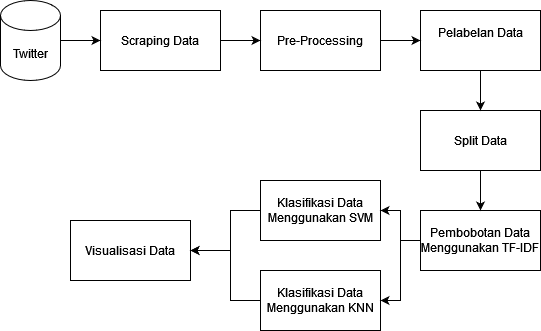
ANZ007/skripsi keeps this draw.io diagram as File/Flowchart-Skripsi-Flowchart-Klasifikasi.drawio.png. Above is the earlier version. Source tidied: cells renumbered, new cells last; positions are measured from the earlier drawing's top-left corner, leaving out a move shared by most shapes.
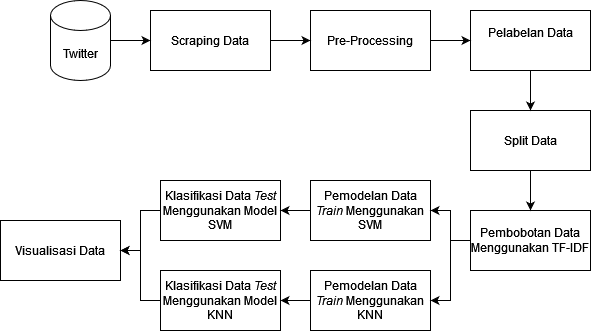
After the commit.

What changed in the source:
```diff
@@ -36,29 +36,18 @@
       <mxGeometry x="420" y="210" width="120" height="60" as="geometry" />
     </mxCell>
     <mxCell id="13" value="Visualisasi Data" style="whiteSpace=wrap;html=1;fillColor=none;rounded=0;glass=0;gradientColor=none;" parent="1" vertex="1">
-      <mxGeometry x="70" y="220" width="120" height="60" as="geometry" />
+      <mxGeometry x="-50" y="220" width="120" height="60" as="geometry" />
     </mxCell>
-    <mxCell id="14" style="edgeStyle=orthogonalEdgeStyle;rounded=0;jettySize=auto;html=1;exitX=0;exitY=0.5;exitDx=0;exitDy=0;entryX=1;entryY=0.5;entryDx=0;entryDy=0;" parent="1" edge="1" source="15" target="13">
-      <mxGeometry relative="1" as="geometry">
-        <Array as="points">
-          <mxPoint x="230" y="210" />
-          <mxPoint x="230" y="250" />
-        </Array>
-      </mxGeometry>
-    </mxCell>
+    <mxCell id="20" style="edgeStyle=orthogonalEdgeStyle;rounded=0;jettySize=auto;html=1;" parent="1" edge="1" source="15" target="23">
+      <mxGeometry relative="1" as="geometry" />
+    </mxCell>
-    <mxCell id="15" value="Klasifikasi Data Menggunakan SVM" style="whiteSpace=wrap;html=1;fillColor=none;rounded=0;glass=0;gradientColor=none;" parent="1" vertex="1">
+    <mxCell id="15" value="Pemodelan Data &lt;i&gt;Train&lt;/i&gt; Menggunakan SVM" style="whiteSpace=wrap;html=1;fillColor=none;rounded=0;glass=0;gradientColor=none;" parent="1" vertex="1">
       <mxGeometry x="260" y="180" width="120" height="60" as="geometry" />
     </mxCell>
-    <mxCell id="16" style="edgeStyle=orthogonalEdgeStyle;rounded=0;jettySize=auto;html=1;" parent="1" edge="1" source="17">
-      <mxGeometry relative="1" as="geometry">
-        <mxPoint x="190" y="250" as="targetPoint" />
-        <Array as="points">
-          <mxPoint x="230" y="300" />
-          <mxPoint x="230" y="250" />
-        </Array>
-      </mxGeometry>
-    </mxCell>
+    <mxCell id="21" style="edgeStyle=orthogonalEdgeStyle;rounded=0;jettySize=auto;html=1;" parent="1" edge="1" source="17" target="25">
+      <mxGeometry relative="1" as="geometry" />
+    </mxCell>
-    <mxCell id="17" value="Klasifikasi Data Menggunakan KNN" style="whiteSpace=wrap;html=1;fillColor=none;rounded=0;glass=0;gradientColor=none;" parent="1" vertex="1">
+    <mxCell id="17" value="Pemodelan Data &lt;i&gt;Train&lt;/i&gt; Menggunakan KNN" style="whiteSpace=wrap;html=1;fillColor=none;rounded=0;glass=0;gradientColor=none;" parent="1" vertex="1">
       <mxGeometry x="260" y="270" width="120" height="60" as="geometry" />
     </mxCell>
     <mxCell id="18" style="edgeStyle=orthogonalEdgeStyle;rounded=0;jettySize=auto;html=1;" parent="1" edge="1" source="19" target="12">
@@ -67,5 +56,17 @@
     <mxCell id="19" value="Split Data" style="whiteSpace=wrap;html=1;fillColor=none;rounded=0;glass=0;gradientColor=none;" parent="1" vertex="1">
       <mxGeometry x="420" y="110" width="120" height="60" as="geometry" />
     </mxCell>
+    <mxCell id="22" style="edgeStyle=orthogonalEdgeStyle;rounded=0;jettySize=auto;html=1;entryX=1;entryY=0.5;entryDx=0;entryDy=0;" parent="1" edge="1" source="23" target="13">
+      <mxGeometry relative="1" as="geometry" />
+    </mxCell>
+    <mxCell id="23" value="Klasifikasi Data &lt;i&gt;Test&lt;/i&gt; Menggunakan Model SVM" style="whiteSpace=wrap;html=1;fillColor=none;rounded=0;glass=0;gradientColor=none;" parent="1" vertex="1">
+      <mxGeometry x="110" y="180" width="120" height="60" as="geometry" />
+    </mxCell>
+    <mxCell id="24" style="edgeStyle=orthogonalEdgeStyle;rounded=0;jettySize=auto;html=1;entryX=1;entryY=0.5;entryDx=0;entryDy=0;" parent="1" edge="1" source="25" target="13">
+      <mxGeometry relative="1" as="geometry" />
+    </mxCell>
+    <mxCell id="25" value="Klasifikasi Data &lt;i&gt;Test&lt;/i&gt; Menggunakan Model KNN" style="whiteSpace=wrap;html=1;fillColor=none;rounded=0;glass=0;gradientColor=none;" parent="1" vertex="1">
+      <mxGeometry x="110" y="270" width="120" height="60" as="geometry" />
+    </mxCell>
   </root>
 </mxGraphModel>
```
